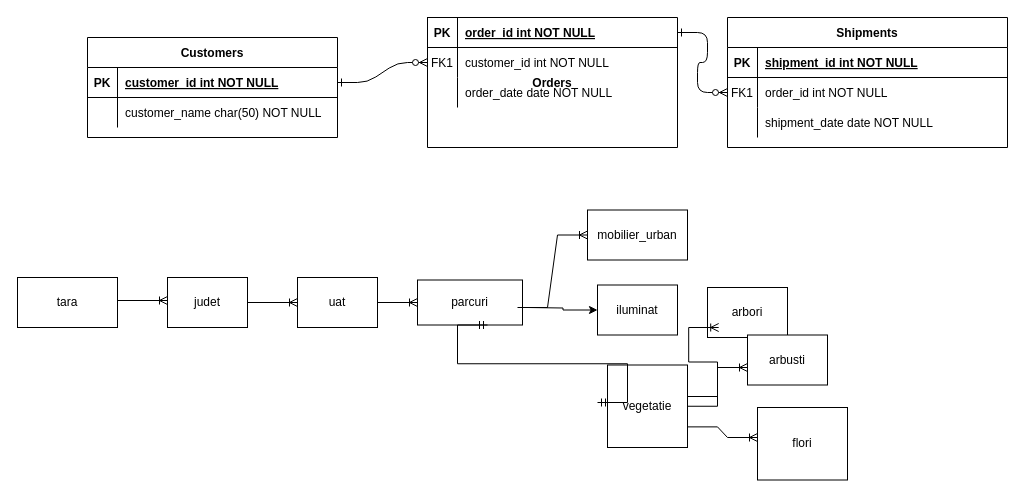
andromeda1991/first_db_project keeps this draw.io diagram as primadiagrama.drawio. Above is the earlier version. Source tidied: cells renumbered, new cells numbered last; positions are measured from the earlier drawing's top-left corner, leaving out a move shared by most shapes. Both pictures are drawn from the tidied source at 100%, with x=0, y=0 at pixel (17, 17).
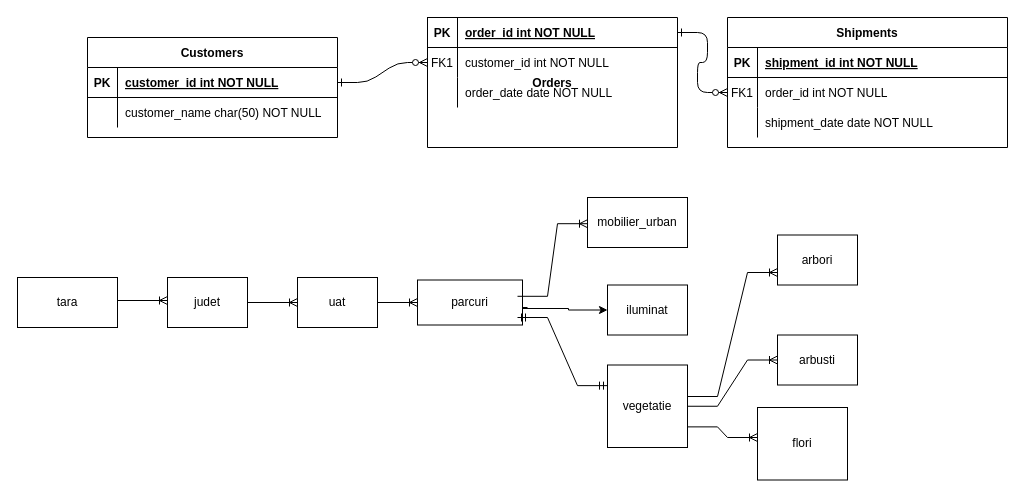
Above is the later version.

Unchanged cells that the change refers to:
```xml
<mxCell id="38" value="vegetatie" style="rounded=0;whiteSpace=wrap;html=1;" parent="1" vertex="1">
  <mxGeometry x="590" y="347.5" width="80" height="82.5" as="geometry" />
</mxCell>
```

What changed in the source:
```diff
@@
     <mxCell id="34" style="edgeStyle=orthogonalEdgeStyle;rounded=0;jettySize=auto;html=1;entryX=0;entryY=0.5;entryDx=0;entryDy=0;" parent="1" edge="1" target="36">
       <mxGeometry relative="1" as="geometry">
         <mxPoint x="510" y="290" as="sourcePoint" />
+        <Array as="points">
+          <mxPoint x="500" y="290" />
+          <mxPoint x="500" y="291" />
+          <mxPoint x="551" y="291" />
+          <mxPoint x="551" y="293" />
+        </Array>
       </mxGeometry>
     </mxCell>
@@
     <mxCell id="36" value="iluminat" style="rounded=0;whiteSpace=wrap;html=1;" parent="1" vertex="1">
-      <mxGeometry x="580" y="267.5" width="80" height="50" as="geometry" />
+      <mxGeometry x="590" y="267.5" width="80" height="50" as="geometry" />
     </mxCell>
     <mxCell id="37" value="mobilier_urban" style="rounded=0;whiteSpace=wrap;html=1;" parent="1" vertex="1">
-      <mxGeometry x="570" y="192.5" width="100" height="50" as="geometry" />
+      <mxGeometry x="570" y="180" width="100" height="50" as="geometry" />
     </mxCell>
@@
     <mxCell id="39" value="arbori" style="rounded=0;whiteSpace=wrap;html=1;" parent="1" vertex="1">
-      <mxGeometry x="690" y="270" width="80" height="50" as="geometry" />
+      <mxGeometry x="760" y="217.5" width="80" height="50" as="geometry" />
     </mxCell>
     <mxCell id="40" value="arbusti" style="rounded=0;whiteSpace=wrap;html=1;" parent="1" vertex="1">
-      <mxGeometry x="730" y="317.5" width="80" height="50" as="geometry" />
+      <mxGeometry x="760" y="317.5" width="80" height="50" as="geometry" />
     </mxCell>
@@
-    <mxCell id="45" style="edgeStyle=entityRelationEdgeStyle;fontSize=12;html=1;endArrow=ERoneToMany;rounded=0;entryX=0;entryY=0.5;entryDx=0;entryDy=0;" parent="1" edge="1" target="37">
+    <mxCell id="45" style="edgeStyle=entityRelationEdgeStyle;fontSize=12;html=1;endArrow=ERoneToMany;rounded=0;entryX=0;entryY=0.5;entryDx=0;entryDy=0;" parent="1" edge="1">
       <mxGeometry relative="1" as="geometry">
-        <mxPoint x="500" y="290" as="sourcePoint" />
+        <mxPoint x="500" y="278.8" as="sourcePoint" />
+        <mxPoint x="570" y="206.2" as="targetPoint" />
       </mxGeometry>
     </mxCell>
-    <mxCell id="46" style="edgeStyle=entityRelationEdgeStyle;fontSize=12;html=1;endArrow=ERmandOne;startArrow=ERmandOne;rounded=0;exitX=0;exitY=0.75;exitDx=0;exitDy=0;" parent="1" edge="1">
-      <mxGeometry relative="1" as="geometry">
-        <mxPoint x="580" y="385" as="sourcePoint" />
-        <mxPoint x="470" y="307.5" as="targetPoint" />
-      </mxGeometry>
-    </mxCell>
@@
-    <mxCell id="48" style="edgeStyle=entityRelationEdgeStyle;fontSize=12;html=1;endArrow=ERoneToMany;rounded=0;exitX=0.985;exitY=0.382;exitDx=0;exitDy=0;exitPerimeter=0;" parent="1" edge="1">
+    <mxCell id="48" style="edgeStyle=entityRelationEdgeStyle;fontSize=12;html=1;endArrow=ERoneToMany;rounded=0;exitX=0.985;exitY=0.382;exitDx=0;exitDy=0;exitPerimeter=0;entryX=0;entryY=0.75;entryDx=0;entryDy=0;" parent="1" edge="1" target="39">
       <mxGeometry relative="1" as="geometry">
         <mxPoint x="670" y="379" as="sourcePoint" />
-        <mxPoint x="701.2" y="310" as="targetPoint" />
       </mxGeometry>
     </mxCell>
-    <mxCell id="49" style="edgeStyle=entityRelationEdgeStyle;fontSize=12;html=1;endArrow=ERoneToMany;rounded=0;exitX=1;exitY=0.5;exitDx=0;exitDy=0;" parent="1" edge="1" source="38">
-      <mxGeometry relative="1" as="geometry">
-        <mxPoint x="730" y="350" as="targetPoint" />
-      </mxGeometry>
+    <mxCell id="49" style="edgeStyle=entityRelationEdgeStyle;fontSize=12;html=1;endArrow=ERoneToMany;rounded=0;exitX=1;exitY=0.5;exitDx=0;exitDy=0;entryX=0;entryY=0.5;entryDx=0;entryDy=0;" parent="1" edge="1" source="38" target="40">
+      <mxGeometry relative="1" as="geometry" />
     </mxCell>
+    <mxCell id="50" style="edgeStyle=entityRelationEdgeStyle;fontSize=12;html=1;endArrow=ERmandOne;startArrow=ERmandOne;rounded=0;entryX=0;entryY=0.25;entryDx=0;entryDy=0;" parent="1" edge="1" target="38">
+      <mxGeometry relative="1" as="geometry">
+        <mxPoint x="500" y="300" as="sourcePoint" />
+      </mxGeometry>
+    </mxCell>
```
